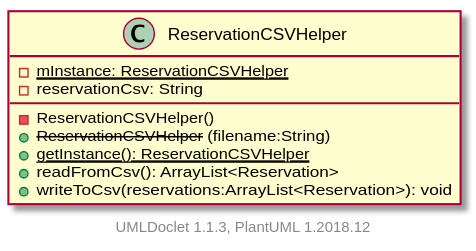
Before: projects/oodp/html/umlversion/uml/sg.edu.ntu.scse.cz2002.util.ReservationCSVHelper.svg, a diagram exported from PlantUML (itachi1706/How-to-use-Git-NTUSCSE1819-Site).
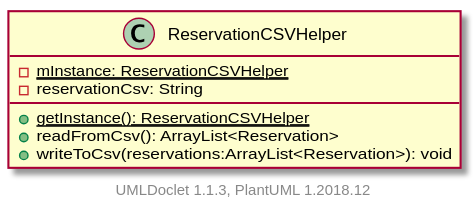
After the change.

Change to the diagram source:
```diff
@@ -3,8 +3,6 @@
     class ReservationCSVHelper [[../sg/edu/ntu/scse/cz2002/util/ReservationCSVHelper.html]] {
         {static} -mInstance: ReservationCSVHelper
         -reservationCsv: String
-        -ReservationCSVHelper()
-        + --ReservationCSVHelper-- (filename:String)
         {static} +getInstance(): ReservationCSVHelper
         +readFromCsv(): ArrayList<Reservation>
         +writeToCsv(reservations:ArrayList<Reservation>): void
```
